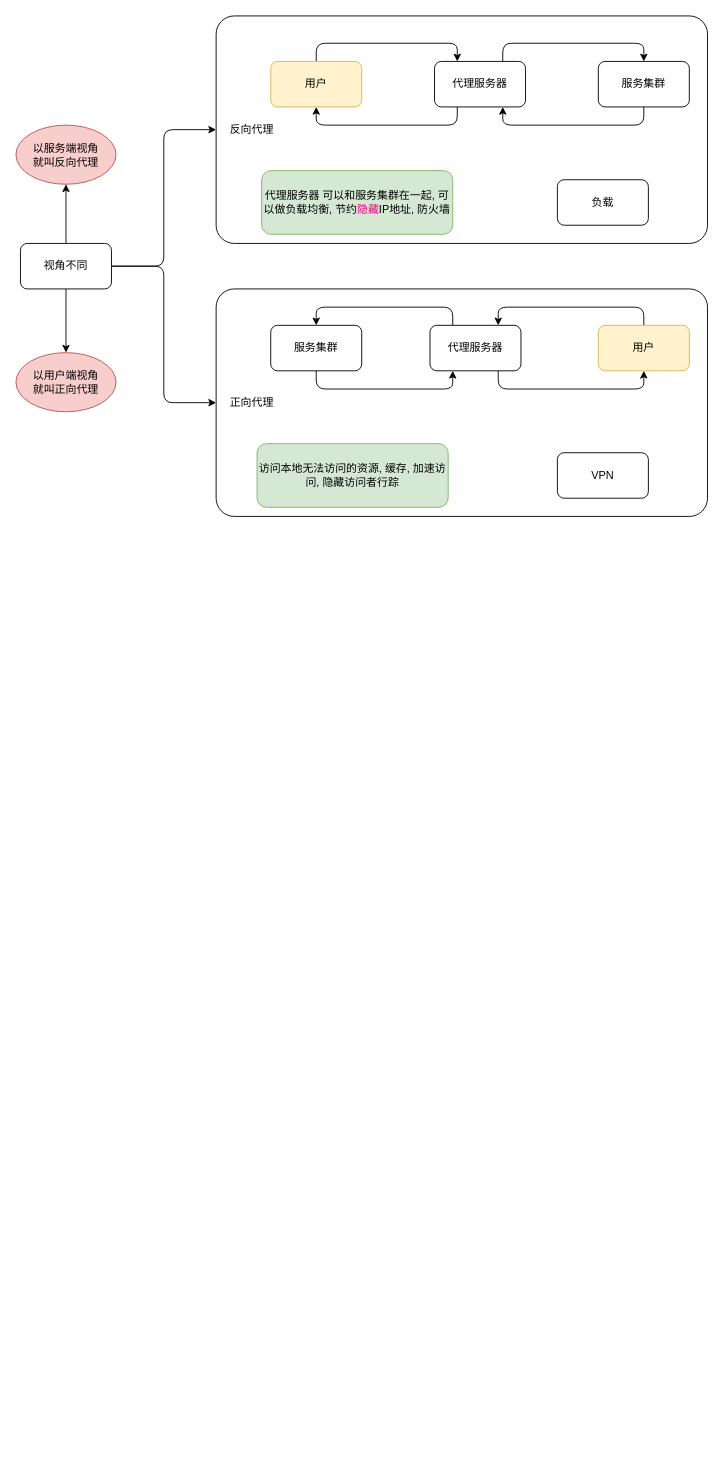
Above: diagrams/lb/nginx/02.proxy.dio in Alice52/diagrams (draw.io), before the change. Source tidied: cells renumbered, new cells numbered last; positions are measured from the earlier drawing's top-left corner, leaving out a move shared by most shapes. Both pictures are drawn from the tidied source at 91%, with x=0, y=0 at pixel (15, 15).
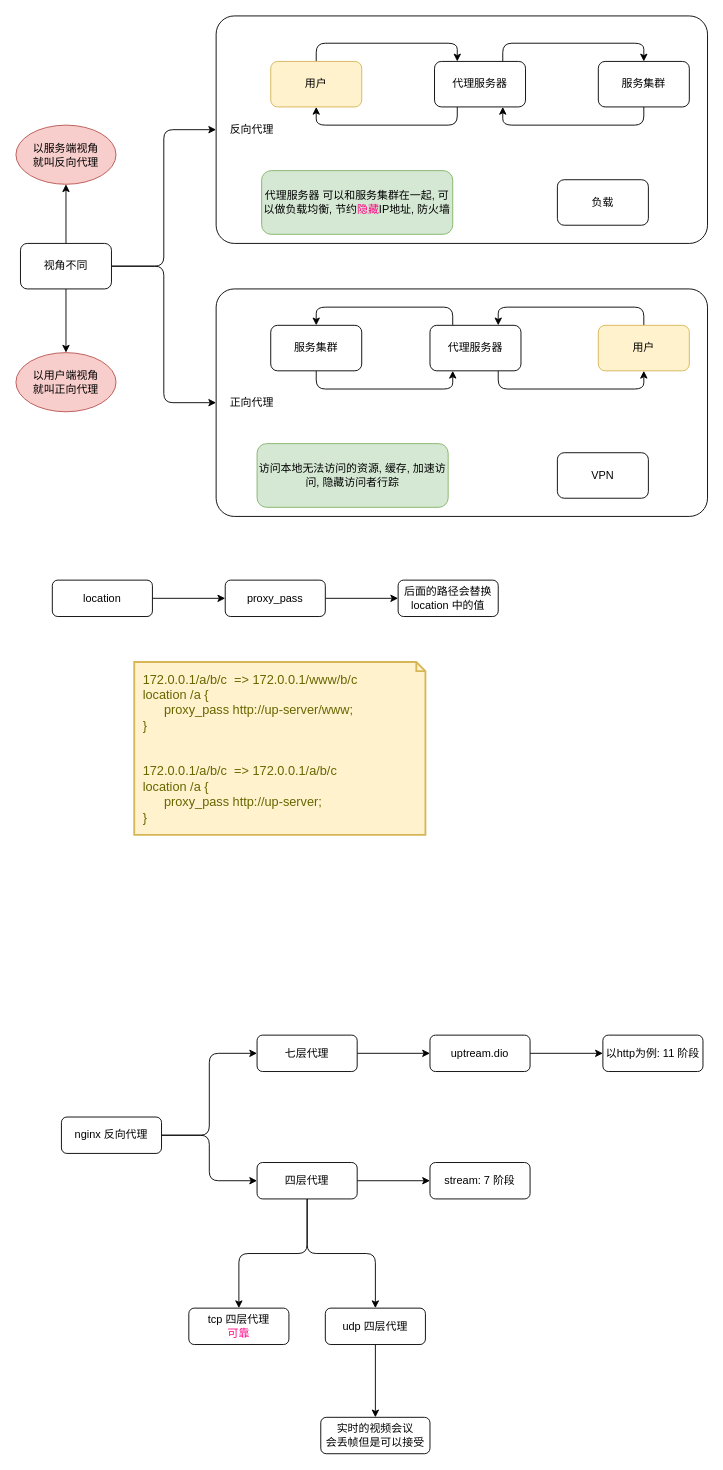
The same diagram, later.

Commit message (it also covers changes not shown here):
lb/nginx: add nginx optimize and refine nginx proxy

What changed in the source:
```diff
@@
+    <mxCell id="29" style="edgeStyle=orthogonalEdgeStyle;rounded=0;jettySize=auto;html=1;" parent="1" edge="1" source="30" target="32">
+      <mxGeometry relative="1" as="geometry" />
+    </mxCell>
+    <mxCell id="30" value="location" style="rounded=1;whiteSpace=wrap;html=1;" parent="1" vertex="1">
+      <mxGeometry x="40" y="620" width="110" height="40" as="geometry" />
+    </mxCell>
+    <mxCell id="31" style="edgeStyle=orthogonalEdgeStyle;rounded=0;jettySize=auto;html=1;" parent="1" edge="1" source="32" target="33">
+      <mxGeometry relative="1" as="geometry" />
+    </mxCell>
+    <mxCell id="32" value="proxy_pass" style="rounded=1;whiteSpace=wrap;html=1;" parent="1" vertex="1">
+      <mxGeometry x="230" y="620" width="110" height="40" as="geometry" />
+    </mxCell>
+    <mxCell id="33" value="后面的路径会替换location 中的值" style="rounded=1;whiteSpace=wrap;html=1;" parent="1" vertex="1">
+      <mxGeometry x="420" y="620" width="110" height="40" as="geometry" />
+    </mxCell>
+    <mxCell id="34" value="&amp;nbsp; 172.0.0.1/a/b/c&amp;nbsp; =&amp;gt; 172.0.0.1/www/b/c&lt;br&gt;&amp;nbsp; location /a {&lt;br&gt;&lt;span&gt;&#9;&lt;/span&gt;&lt;span&gt;&#9;&lt;/span&gt;&lt;span&gt;&#9;&lt;/span&gt;&lt;span style=&quot;white-space: pre&quot;&gt;&#9;&lt;/span&gt;proxy_pass http://up-server/www;&lt;br&gt;&amp;nbsp; }&lt;br&gt;&amp;nbsp; &amp;nbsp;&lt;br&gt;&lt;br&gt;&amp;nbsp; 172.0.0.1/a/b/c&amp;nbsp; =&amp;gt; 172.0.0.1/a/b/c&lt;br&gt;&amp;nbsp; location /a {&lt;br&gt;&lt;span&gt;&#9;&lt;/span&gt;&lt;span&gt;&#9;&lt;/span&gt;&lt;span&gt;&#9;&lt;/span&gt;&lt;span style=&quot;white-space: pre&quot;&gt;&#9;&lt;/span&gt;proxy_pass http://up-server;&lt;br&gt;&amp;nbsp; }" style="shape=note;strokeWidth=2;fontSize=14;size=10;whiteSpace=wrap;html=1;fillColor=#fff2cc;strokeColor=#d6b656;fontColor=#666600;align=left;" parent="1" vertex="1">
+      <mxGeometry x="130" y="710" width="320" height="190" as="geometry" />
+    </mxCell>
+    <mxCell id="35" style="edgeStyle=orthogonalEdgeStyle;rounded=1;jettySize=auto;html=1;entryX=0;entryY=0.5;entryDx=0;entryDy=0;" parent="1" edge="1" source="37" target="39">
+      <mxGeometry relative="1" as="geometry" />
+    </mxCell>
+    <mxCell id="36" style="edgeStyle=orthogonalEdgeStyle;rounded=1;jettySize=auto;html=1;entryX=0;entryY=0.5;entryDx=0;entryDy=0;" parent="1" edge="1" source="37" target="45">
+      <mxGeometry relative="1" as="geometry" />
+    </mxCell>
+    <mxCell id="37" value="nginx 反向代理" style="rounded=1;whiteSpace=wrap;html=1;" parent="1" vertex="1">
+      <mxGeometry x="50" y="1210" width="110" height="40" as="geometry" />
+    </mxCell>
+    <mxCell id="38" style="edgeStyle=orthogonalEdgeStyle;rounded=1;jettySize=auto;html=1;" parent="1" edge="1" source="39" target="41">
+      <mxGeometry relative="1" as="geometry" />
+    </mxCell>
+    <mxCell id="39" value="七层代理" style="rounded=1;whiteSpace=wrap;html=1;" parent="1" vertex="1">
+      <mxGeometry x="265" y="1120" width="110" height="40" as="geometry" />
+    </mxCell>
+    <mxCell id="40" style="edgeStyle=orthogonalEdgeStyle;rounded=1;jettySize=auto;html=1;" parent="1" edge="1" source="41" target="46">
+      <mxGeometry relative="1" as="geometry" />
+    </mxCell>
+    <mxCell id="41" value="uptream.dio" style="rounded=1;whiteSpace=wrap;html=1;" parent="1" vertex="1">
+      <mxGeometry x="455" y="1120" width="110" height="40" as="geometry" />
+    </mxCell>
+    <mxCell id="42" style="edgeStyle=orthogonalEdgeStyle;rounded=1;jettySize=auto;html=1;" parent="1" edge="1" source="45" target="47">
+      <mxGeometry relative="1" as="geometry" />
+    </mxCell>
+    <mxCell id="43" style="edgeStyle=orthogonalEdgeStyle;rounded=1;jettySize=auto;html=1;" parent="1" edge="1" source="45" target="48">
+      <mxGeometry relative="1" as="geometry" />
+    </mxCell>
+    <mxCell id="44" style="edgeStyle=orthogonalEdgeStyle;rounded=1;jettySize=auto;html=1;" parent="1" edge="1" source="45" target="50">
+      <mxGeometry relative="1" as="geometry" />
+    </mxCell>
+    <mxCell id="45" value="四层代理" style="rounded=1;whiteSpace=wrap;html=1;" parent="1" vertex="1">
+      <mxGeometry x="265" y="1260" width="110" height="40" as="geometry" />
+    </mxCell>
+    <mxCell id="46" value="以http为例: 11 阶段" style="rounded=1;whiteSpace=wrap;html=1;" parent="1" vertex="1">
+      <mxGeometry x="645" y="1120" width="110" height="40" as="geometry" />
+    </mxCell>
+    <mxCell id="47" value="stream: 7 阶段" style="rounded=1;whiteSpace=wrap;html=1;" parent="1" vertex="1">
+      <mxGeometry x="455" y="1260" width="110" height="40" as="geometry" />
+    </mxCell>
+    <mxCell id="48" value="tcp 四层代理&lt;br&gt;&lt;font color=&quot;#ff0080&quot;&gt;可靠&lt;/font&gt;" style="rounded=1;whiteSpace=wrap;html=1;" parent="1" vertex="1">
+      <mxGeometry x="190" y="1420" width="110" height="40" as="geometry" />
+    </mxCell>
+    <mxCell id="49" style="edgeStyle=orthogonalEdgeStyle;rounded=1;jettySize=auto;html=1;" parent="1" edge="1" source="50" target="51">
+      <mxGeometry relative="1" as="geometry" />
+    </mxCell>
+    <mxCell id="50" value="udp 四层代理" style="rounded=1;whiteSpace=wrap;html=1;" parent="1" vertex="1">
+      <mxGeometry x="340" y="1420" width="110" height="40" as="geometry" />
+    </mxCell>
+    <mxCell id="51" value="实时的视频会议&lt;br&gt;会丢帧但是可以接受" style="rounded=1;whiteSpace=wrap;html=1;" parent="1" vertex="1">
+      <mxGeometry x="335" y="1540" width="120" height="40" as="geometry" />
+    </mxCell>
```
